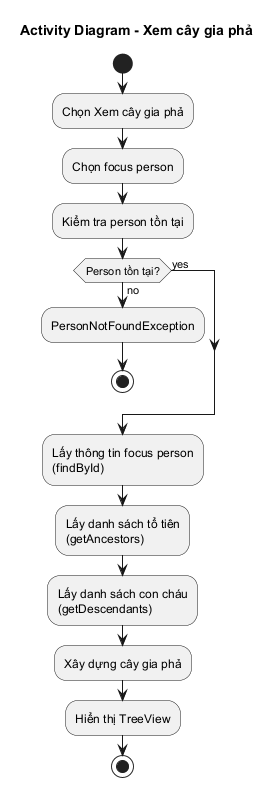
Above: docs/uml/activity-family-tree.png in minhchien170704/do-an-gia-pha (PlantUML), before the change. The source it was exported from:
```plantuml
@startuml activity-family-tree

title Activity Diagram - Xem cây gia phả

start

:Chọn Xem cây gia phả;

:Chọn focus person;

:Kiểm tra person tồn tại;

if (Person tồn tại?) then (yes)
else (no)
  :PersonNotFoundException;
  stop
endif

:Lấy thông tin focus person\n(findById);

:Lấy danh sách tổ tiên\n(getAncestors);

:Lấy danh sách con cháu\n(getDescendants);

:Xây dựng cây gia phả;

:Hiển thị TreeView;

stop

@enduml
```
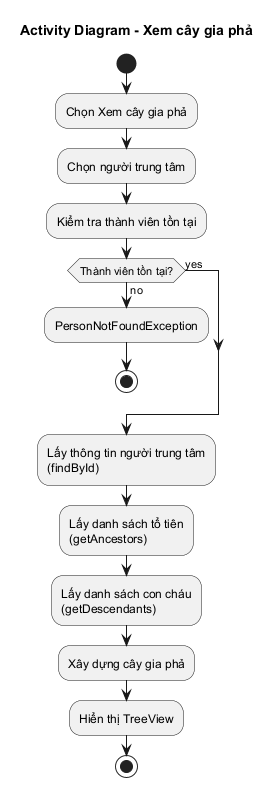
The same file after the commit.

The edit, as a diff of the source:
```diff
@@ -6,17 +6,17 @@
 
 :Chọn Xem cây gia phả;
 
-:Chọn focus person;
+:Chọn người trung tâm;
 
-:Kiểm tra person tồn tại;
+:Kiểm tra thành viên tồn tại;
 
-if (Person tồn tại?) then (yes)
+if (Thành viên tồn tại?) then (yes)
 else (no)
   :PersonNotFoundException;
   stop
 endif
 
-:Lấy thông tin focus person\n(findById);
+:Lấy thông tin người trung tâm\n(findById);
 
 :Lấy danh sách tổ tiên\n(getAncestors);
 
```
